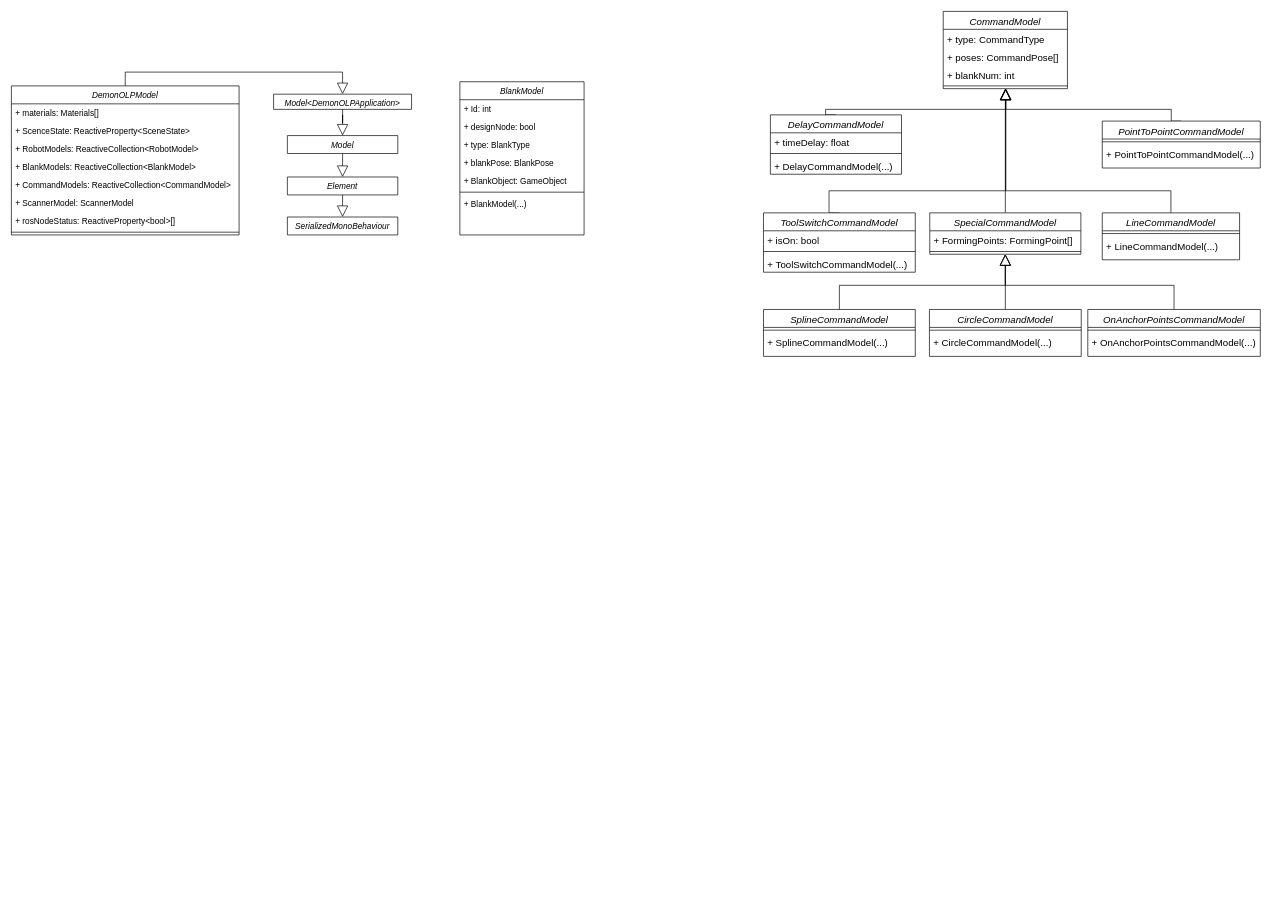
This is UIElementsSchema/Диаграмма без названия.drawio from zik-888/DemonOLP, a draw.io file, before an edit. Source tidied: cells renumbered, new cells numbered last; positions are measured from the earlier drawing's top-left corner, leaving out a move shared by most shapes. Both pictures are drawn from the tidied source at 69%, with x=0, y=0 at pixel (11, 11).
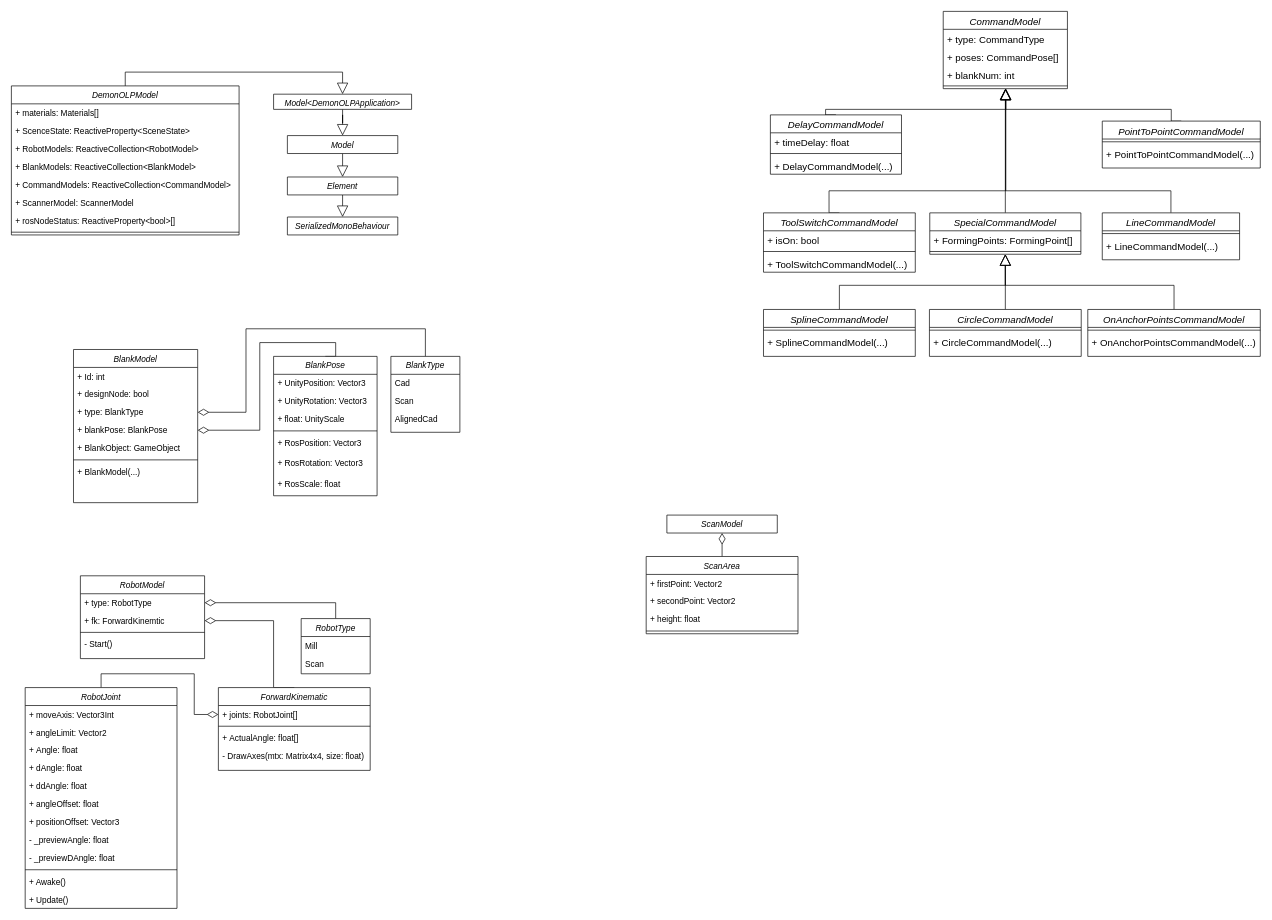
After the change.

The change refers to these unchanged cells:
```xml
<mxCell id="22" value="+ type: BlankType" style="text;align=left;verticalAlign=top;spacingLeft=4;spacingRight=4;overflow=hidden;points=[[0,0.5],[1,0.5]];portConstraint=eastwest;rounded=0;shadow=0;html=0;" parent="19" vertex="1">
  <mxGeometry y="78" width="180" height="26" as="geometry" />
</mxCell>
<mxCell id="23" value="+ blankPose: BlankPose" style="text;align=left;verticalAlign=top;spacingLeft=4;spacingRight=4;overflow=hidden;points=[[0,0.5],[1,0.5]];portConstraint=eastwest;rounded=0;shadow=0;html=0;" parent="19" vertex="1">
  <mxGeometry y="104" width="180" height="26" as="geometry" />
</mxCell>
```

Diff of the diagram source:
```diff
@@
     <mxCell id="19" value="BlankModel" style="swimlane;fontStyle=2;align=center;verticalAlign=top;horizontal=1;startSize=26;rounded=0;shadow=0;strokeWidth=1;" parent="1" vertex="1">
-      <mxGeometry x="650" y="102" width="180" height="222" as="geometry" />
+      <mxGeometry x="90" y="490" width="180" height="222" as="geometry" />
     </mxCell>
@@
+    <mxCell id="66" style="edgeStyle=orthogonalEdgeStyle;rounded=0;jettySize=auto;html=1;exitX=0.5;exitY=0;exitDx=0;exitDy=0;fontSize=14;endArrow=diamondThin;endFill=0;endSize=14;" parent="1" edge="1" source="67" target="23">
+      <mxGeometry relative="1" as="geometry">
+        <Array as="points">
+          <mxPoint x="470" y="480" />
+          <mxPoint x="360" y="480" />
+          <mxPoint x="360" y="607" />
+        </Array>
+      </mxGeometry>
+    </mxCell>
+    <mxCell id="67" value="BlankPose" style="swimlane;fontStyle=2;align=center;verticalAlign=top;horizontal=1;startSize=26;rounded=0;shadow=0;strokeWidth=1;" parent="1" vertex="1">
+      <mxGeometry x="380" y="500" width="150" height="202" as="geometry" />
+    </mxCell>
+    <mxCell id="68" value="+ UnityPosition: Vector3" style="text;align=left;verticalAlign=top;spacingLeft=4;spacingRight=4;overflow=hidden;" parent="67" vertex="1">
+      <mxGeometry y="26" width="150" height="26" as="geometry" />
+    </mxCell>
+    <mxCell id="69" value="+ UnityRotation: Vector3" style="text;align=left;verticalAlign=top;spacingLeft=4;spacingRight=4;overflow=hidden;rounded=0;shadow=0;html=0;" parent="67" vertex="1">
+      <mxGeometry y="52" width="150" height="26" as="geometry" />
+    </mxCell>
+    <mxCell id="70" value="+ float: UnityScale" style="text;align=left;verticalAlign=top;spacingLeft=4;spacingRight=4;overflow=hidden;rounded=0;shadow=0;html=0;" parent="67" vertex="1">
+      <mxGeometry y="78" width="150" height="26" as="geometry" />
+    </mxCell>
+    <mxCell id="71" style="line;html=1;strokeWidth=1;align=left;verticalAlign=middle;spacingTop=-1;spacingLeft=3;spacingRight=3;labelPosition=right;" parent="67" vertex="1">
+      <mxGeometry y="104" width="150" height="8" as="geometry" />
+    </mxCell>
+    <mxCell id="72" value="+ RosPosition: Vector3" style="text;align=left;verticalAlign=top;spacingLeft=4;spacingRight=4;overflow=hidden;rounded=0;shadow=0;html=0;" parent="67" vertex="1">
+      <mxGeometry y="112" width="150" height="30" as="geometry" />
+    </mxCell>
+    <mxCell id="73" value="+ RosRotation: Vector3" style="text;align=left;verticalAlign=top;spacingLeft=4;spacingRight=4;overflow=hidden;rounded=0;shadow=0;html=0;" parent="67" vertex="1">
+      <mxGeometry y="142" width="150" height="30" as="geometry" />
+    </mxCell>
+    <mxCell id="74" value="+ RosScale: float" style="text;align=left;verticalAlign=top;spacingLeft=4;spacingRight=4;overflow=hidden;rounded=0;shadow=0;html=0;" parent="67" vertex="1">
+      <mxGeometry y="172" width="150" height="30" as="geometry" />
+    </mxCell>
+    <mxCell id="75" style="edgeStyle=orthogonalEdgeStyle;rounded=0;jettySize=auto;html=1;exitX=0.5;exitY=0;exitDx=0;exitDy=0;fontSize=14;endArrow=diamondThin;endFill=0;endSize=14;" parent="1" edge="1" source="76" target="22">
+      <mxGeometry relative="1" as="geometry">
+        <Array as="points">
+          <mxPoint x="600" y="460" />
+          <mxPoint x="340" y="460" />
+          <mxPoint x="340" y="581" />
+        </Array>
+      </mxGeometry>
+    </mxCell>
+    <mxCell id="76" value="BlankType" style="swimlane;fontStyle=2;align=center;verticalAlign=top;horizontal=1;startSize=26;rounded=0;shadow=0;strokeWidth=1;" parent="1" vertex="1">
+      <mxGeometry x="550" y="500" width="100" height="110" as="geometry" />
+    </mxCell>
+    <mxCell id="77" value="Cad" style="text;align=left;verticalAlign=top;spacingLeft=4;spacingRight=4;overflow=hidden;" parent="76" vertex="1">
+      <mxGeometry y="26" width="100" height="26" as="geometry" />
+    </mxCell>
+    <mxCell id="78" value="Scan" style="text;align=left;verticalAlign=top;spacingLeft=4;spacingRight=4;overflow=hidden;rounded=0;shadow=0;html=0;" parent="76" vertex="1">
+      <mxGeometry y="52" width="100" height="26" as="geometry" />
+    </mxCell>
+    <mxCell id="79" value="AlignedCad" style="text;align=left;verticalAlign=top;spacingLeft=4;spacingRight=4;overflow=hidden;rounded=0;shadow=0;html=0;" parent="76" vertex="1">
+      <mxGeometry y="78" width="100" height="26" as="geometry" />
+    </mxCell>
+    <mxCell id="80" value="RobotModel" style="swimlane;fontStyle=2;align=center;verticalAlign=top;horizontal=1;startSize=26;rounded=0;shadow=0;strokeWidth=1;" parent="1" vertex="1">
+      <mxGeometry x="100" y="818" width="180" height="120" as="geometry" />
+    </mxCell>
+    <mxCell id="81" value="+ type: RobotType" style="text;align=left;verticalAlign=top;spacingLeft=4;spacingRight=4;overflow=hidden;points=[[0,0.5],[1,0.5]];portConstraint=eastwest;" parent="80" vertex="1">
+      <mxGeometry y="26" width="180" height="26" as="geometry" />
+    </mxCell>
+    <mxCell id="82" value="+ fk: ForwardKinemtic" style="text;align=left;verticalAlign=top;spacingLeft=4;spacingRight=4;overflow=hidden;points=[[0,0.5],[1,0.5]];portConstraint=eastwest;rounded=0;shadow=0;html=0;" parent="80" vertex="1">
+      <mxGeometry y="52" width="180" height="26" as="geometry" />
+    </mxCell>
+    <mxCell id="83" style="line;html=1;strokeWidth=1;align=left;verticalAlign=middle;spacingTop=-1;spacingLeft=3;spacingRight=3;labelPosition=right;" parent="80" vertex="1">
+      <mxGeometry y="78" width="180" height="8" as="geometry" />
+    </mxCell>
+    <mxCell id="84" value="- Start()" style="text;align=left;verticalAlign=top;spacingLeft=4;spacingRight=4;overflow=hidden;rounded=0;shadow=0;html=0;" parent="80" vertex="1">
+      <mxGeometry y="86" width="180" height="30" as="geometry" />
+    </mxCell>
+    <mxCell id="85" style="edgeStyle=orthogonalEdgeStyle;rounded=0;jettySize=auto;html=1;exitX=0.5;exitY=0;exitDx=0;exitDy=0;fontSize=14;endArrow=diamondThin;endFill=0;endSize=14;" parent="1" edge="1" source="86" target="81">
+      <mxGeometry relative="1" as="geometry" />
+    </mxCell>
+    <mxCell id="86" value="RobotType" style="swimlane;fontStyle=2;align=center;verticalAlign=top;horizontal=1;startSize=26;rounded=0;shadow=0;strokeWidth=1;" parent="1" vertex="1">
+      <mxGeometry x="420" y="880" width="100" height="80" as="geometry" />
+    </mxCell>
+    <mxCell id="87" value="Mill" style="text;align=left;verticalAlign=top;spacingLeft=4;spacingRight=4;overflow=hidden;" parent="86" vertex="1">
+      <mxGeometry y="26" width="100" height="26" as="geometry" />
+    </mxCell>
+    <mxCell id="88" value="Scan" style="text;align=left;verticalAlign=top;spacingLeft=4;spacingRight=4;overflow=hidden;rounded=0;shadow=0;html=0;" parent="86" vertex="1">
+      <mxGeometry y="52" width="100" height="26" as="geometry" />
+    </mxCell>
+    <mxCell id="89" style="edgeStyle=orthogonalEdgeStyle;rounded=0;jettySize=auto;html=1;exitX=0.5;exitY=0;exitDx=0;exitDy=0;fontSize=14;endArrow=diamondThin;endFill=0;endSize=14;" parent="1" edge="1" source="90" target="82">
+      <mxGeometry relative="1" as="geometry">
+        <Array as="points">
+          <mxPoint x="380" y="980" />
+          <mxPoint x="380" y="883" />
+        </Array>
+      </mxGeometry>
+    </mxCell>
+    <mxCell id="90" value="ForwardKinematic" style="swimlane;fontStyle=2;align=center;verticalAlign=top;horizontal=1;startSize=26;rounded=0;shadow=0;strokeWidth=1;" parent="1" vertex="1">
+      <mxGeometry x="300" y="980" width="220" height="120" as="geometry" />
+    </mxCell>
+    <mxCell id="91" value="+ joints: RobotJoint[]" style="text;align=left;verticalAlign=top;spacingLeft=4;spacingRight=4;overflow=hidden;points=[[0,0.5],[1,0.5]];portConstraint=eastwest;" parent="90" vertex="1">
+      <mxGeometry y="26" width="220" height="26" as="geometry" />
+    </mxCell>
+    <mxCell id="92" style="line;html=1;strokeWidth=1;align=left;verticalAlign=middle;spacingTop=-1;spacingLeft=3;spacingRight=3;labelPosition=right;" parent="90" vertex="1">
+      <mxGeometry y="52" width="220" height="8" as="geometry" />
+    </mxCell>
+    <mxCell id="93" value="+ ActualAngle: float[]" style="text;align=left;verticalAlign=top;spacingLeft=4;spacingRight=4;overflow=hidden;rounded=0;shadow=0;html=0;" parent="90" vertex="1">
+      <mxGeometry y="60" width="220" height="26" as="geometry" />
+    </mxCell>
+    <mxCell id="94" value="- DrawAxes(mtx: Matrix4x4, size: float)" style="text;align=left;verticalAlign=top;spacingLeft=4;spacingRight=4;overflow=hidden;rounded=0;shadow=0;html=0;" parent="90" vertex="1">
+      <mxGeometry y="86" width="220" height="30" as="geometry" />
+    </mxCell>
+    <mxCell id="95" style="edgeStyle=orthogonalEdgeStyle;rounded=0;jettySize=auto;html=1;exitX=0.5;exitY=0;exitDx=0;exitDy=0;fontSize=14;endArrow=diamondThin;endFill=0;endSize=14;" parent="1" edge="1" source="96" target="91">
+      <mxGeometry relative="1" as="geometry" />
+    </mxCell>
+    <mxCell id="96" value="RobotJoint" style="swimlane;fontStyle=2;align=center;verticalAlign=top;horizontal=1;startSize=26;rounded=0;shadow=0;strokeWidth=1;" parent="1" vertex="1">
+      <mxGeometry x="20" y="980" width="220" height="320" as="geometry" />
+    </mxCell>
+    <mxCell id="97" value="+ moveAxis: Vector3Int" style="text;align=left;verticalAlign=top;spacingLeft=4;spacingRight=4;overflow=hidden;" parent="96" vertex="1">
+      <mxGeometry y="26" width="220" height="26" as="geometry" />
+    </mxCell>
+    <mxCell id="98" value="+ angleLimit: Vector2" style="text;align=left;verticalAlign=top;spacingLeft=4;spacingRight=4;overflow=hidden;" parent="96" vertex="1">
+      <mxGeometry y="52" width="220" height="26" as="geometry" />
+    </mxCell>
+    <mxCell id="99" value="+ Angle: float" style="text;align=left;verticalAlign=top;spacingLeft=4;spacingRight=4;overflow=hidden;" parent="96" vertex="1">
+      <mxGeometry y="78" width="220" height="26" as="geometry" />
+    </mxCell>
+    <mxCell id="100" value="+ dAngle: float" style="text;align=left;verticalAlign=top;spacingLeft=4;spacingRight=4;overflow=hidden;rounded=0;shadow=0;html=0;" parent="96" vertex="1">
+      <mxGeometry y="104" width="220" height="26" as="geometry" />
+    </mxCell>
+    <mxCell id="101" value="+ ddAngle: float" style="text;align=left;verticalAlign=top;spacingLeft=4;spacingRight=4;overflow=hidden;rounded=0;shadow=0;html=0;" parent="96" vertex="1">
+      <mxGeometry y="130" width="220" height="26" as="geometry" />
+    </mxCell>
+    <mxCell id="102" value="+ angleOffset: float" style="text;align=left;verticalAlign=top;spacingLeft=4;spacingRight=4;overflow=hidden;rounded=0;shadow=0;html=0;" parent="96" vertex="1">
+      <mxGeometry y="156" width="220" height="26" as="geometry" />
+    </mxCell>
+    <mxCell id="103" value="+ positionOffset: Vector3" style="text;align=left;verticalAlign=top;spacingLeft=4;spacingRight=4;overflow=hidden;rounded=0;shadow=0;html=0;" parent="96" vertex="1">
+      <mxGeometry y="182" width="220" height="26" as="geometry" />
+    </mxCell>
+    <mxCell id="104" value="- _previewAngle: float" style="text;align=left;verticalAlign=top;spacingLeft=4;spacingRight=4;overflow=hidden;rounded=0;shadow=0;html=0;" parent="96" vertex="1">
+      <mxGeometry y="208" width="220" height="26" as="geometry" />
+    </mxCell>
+    <mxCell id="105" value="- _previewDAngle: float" style="text;align=left;verticalAlign=top;spacingLeft=4;spacingRight=4;overflow=hidden;rounded=0;shadow=0;html=0;" parent="96" vertex="1">
+      <mxGeometry y="234" width="220" height="26" as="geometry" />
+    </mxCell>
+    <mxCell id="106" style="line;html=1;strokeWidth=1;align=left;verticalAlign=middle;spacingTop=-1;spacingLeft=3;spacingRight=3;labelPosition=right;" parent="96" vertex="1">
+      <mxGeometry y="260" width="220" height="8" as="geometry" />
+    </mxCell>
+    <mxCell id="107" value="+ Awake()" style="text;align=left;verticalAlign=top;spacingLeft=4;spacingRight=4;overflow=hidden;rounded=0;shadow=0;html=0;" parent="96" vertex="1">
+      <mxGeometry y="268" width="220" height="26" as="geometry" />
+    </mxCell>
+    <mxCell id="108" value="+ Update()" style="text;align=left;verticalAlign=top;spacingLeft=4;spacingRight=4;overflow=hidden;rounded=0;shadow=0;html=0;" parent="96" vertex="1">
+      <mxGeometry y="294" width="220" height="26" as="geometry" />
+    </mxCell>
+    <mxCell id="109" value="ScanModel" style="swimlane;fontStyle=2;align=center;verticalAlign=top;horizontal=1;startSize=26;rounded=0;shadow=0;strokeWidth=1;" parent="1" vertex="1" collapsed="1">
+      <mxGeometry x="950" y="730" width="160" height="26" as="geometry" />
+    </mxCell>
+    <mxCell id="110" style="edgeStyle=orthogonalEdgeStyle;rounded=0;jettySize=auto;html=1;exitX=0.5;exitY=0;exitDx=0;exitDy=0;entryX=0.5;entryY=1;entryDx=0;entryDy=0;fontSize=14;endArrow=diamondThin;endFill=0;endSize=14;" parent="1" edge="1" source="111" target="109">
+      <mxGeometry relative="1" as="geometry" />
+    </mxCell>
+    <mxCell id="111" value="ScanArea" style="swimlane;fontStyle=2;align=center;verticalAlign=top;horizontal=1;startSize=26;rounded=0;shadow=0;strokeWidth=1;" parent="1" vertex="1">
+      <mxGeometry x="920" y="790" width="220" height="112" as="geometry" />
+    </mxCell>
+    <mxCell id="112" value="+ firstPoint: Vector2" style="text;align=left;verticalAlign=top;spacingLeft=4;spacingRight=4;overflow=hidden;" parent="111" vertex="1">
+      <mxGeometry y="26" width="220" height="26" as="geometry" />
+    </mxCell>
+    <mxCell id="113" value="+ secondPoint: Vector2" style="text;align=left;verticalAlign=top;spacingLeft=4;spacingRight=4;overflow=hidden;" parent="111" vertex="1">
+      <mxGeometry y="52" width="220" height="26" as="geometry" />
+    </mxCell>
+    <mxCell id="114" value="+ height: float" style="text;align=left;verticalAlign=top;spacingLeft=4;spacingRight=4;overflow=hidden;" parent="111" vertex="1">
+      <mxGeometry y="78" width="220" height="26" as="geometry" />
+    </mxCell>
+    <mxCell id="115" style="line;html=1;strokeWidth=1;align=left;verticalAlign=middle;spacingTop=-1;spacingLeft=3;spacingRight=3;labelPosition=right;" parent="111" vertex="1">
+      <mxGeometry y="104" width="220" height="8" as="geometry" />
+    </mxCell>
```
